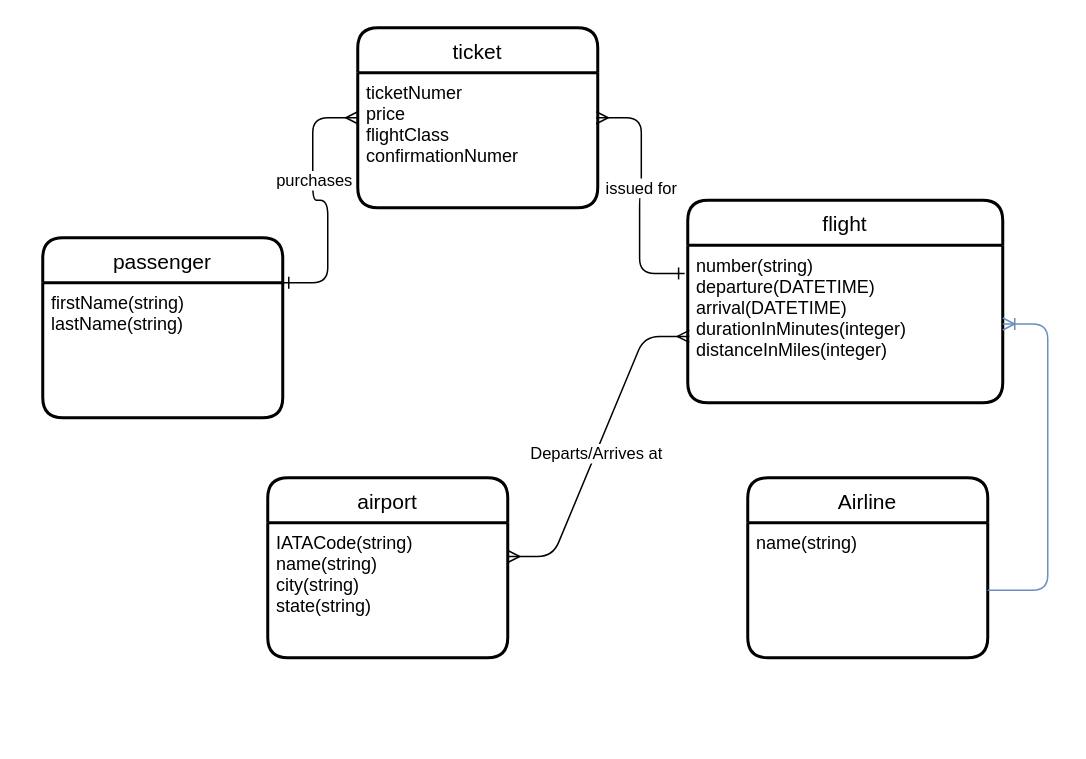
Above: flight_booking.drawio in bituritesh/DB-modelling (draw.io), before the change. Source tidied: cells renumbered, new cells numbered last; positions are measured from the earlier drawing's top-left corner, leaving out a move shared by most shapes. Both pictures are drawn from the tidied source at 150%, with x=0, y=0 at pixel (42, 27).
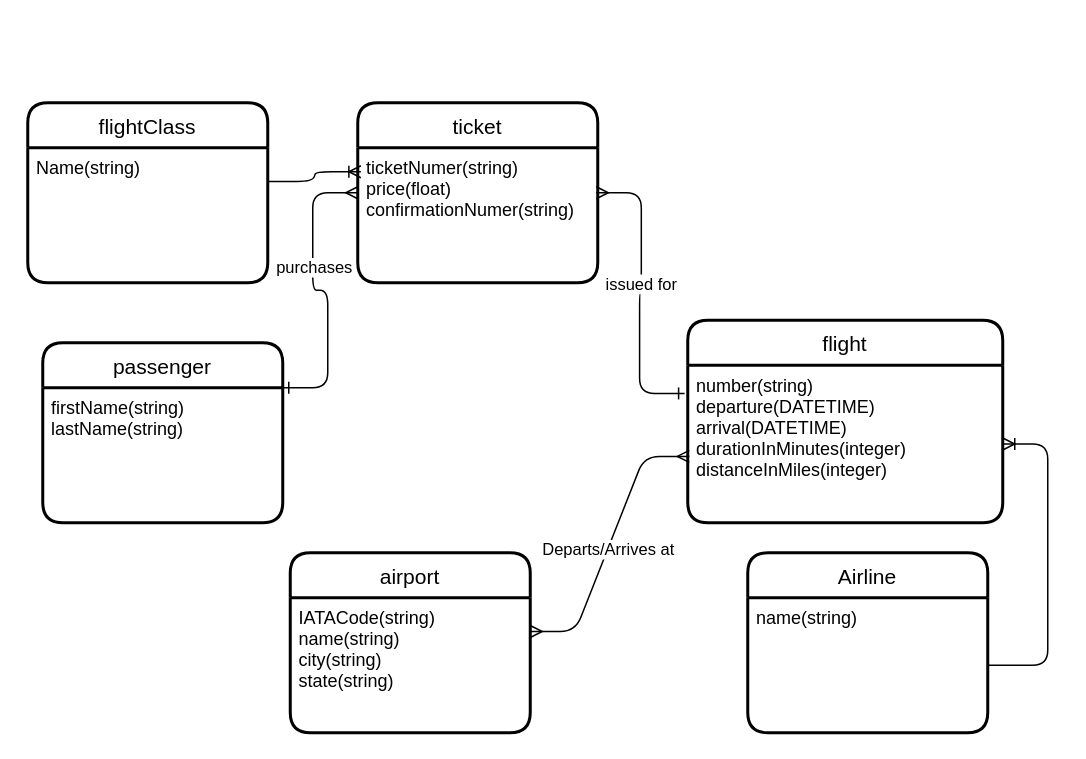
Above is the later version.

Unchanged cells that the change refers to:
```xml
<mxCell id="5" value="number(string)&#10;departure(DATETIME)&#10;arrival(DATETIME)&#10;durationInMinutes(integer)&#10;distanceInMiles(integer)&#10;" style="align=left;strokeColor=none;fillColor=none;spacingLeft=4;fontSize=12;verticalAlign=top;" parent="4" vertex="1">
  <mxGeometry y="30" width="210" height="105" as="geometry" />
</mxCell>
<mxCell id="17" value="name(string)" style="align=left;strokeColor=none;fillColor=none;spacingLeft=4;fontSize=12;verticalAlign=top;" parent="16" vertex="1">
  <mxGeometry y="30" width="160" height="90" as="geometry" />
</mxCell>
```

Change to the diagram source:
```diff
@@
     <mxCell id="2" value="passenger" style="swimlane;horizontal=1;startSize=30;rounded=1;fontSize=14;fontStyle=0;strokeWidth=2;shadow=0;dashed=0;align=center;" parent="1" vertex="1">
-      <mxGeometry y="140" width="160" height="120" as="geometry" />
+      <mxGeometry y="210" width="160" height="120" as="geometry" />
     </mxCell>
@@
     <mxCell id="4" value="flight" style="swimlane;horizontal=1;startSize=30;rounded=1;fontSize=14;fontStyle=0;strokeWidth=2;shadow=0;dashed=0;align=center;" parent="1" vertex="1">
-      <mxGeometry x="430" y="115" width="210" height="135" as="geometry" />
+      <mxGeometry x="430" y="195" width="210" height="135" as="geometry" />
     </mxCell>
@@
     <mxCell id="6" value="airport" style="swimlane;horizontal=1;startSize=30;rounded=1;fontSize=14;fontStyle=0;strokeWidth=2;shadow=0;dashed=0;align=center;" parent="1" vertex="1">
-      <mxGeometry x="150" y="300" width="160" height="120" as="geometry" />
+      <mxGeometry x="165" y="350" width="160" height="120" as="geometry" />
     </mxCell>
@@
     <mxCell id="10" value="ticket" style="swimlane;horizontal=1;startSize=30;rounded=1;fontSize=14;fontStyle=0;strokeWidth=2;shadow=0;dashed=0;align=center;" parent="1" vertex="1">
-      <mxGeometry x="210" width="160" height="120" as="geometry" />
+      <mxGeometry x="210" y="50" width="160" height="120" as="geometry" />
     </mxCell>
-    <mxCell id="11" value="ticketNumer&#10;price&#10;flightClass&#10;confirmationNumer&#10;" style="align=left;strokeColor=none;fillColor=none;spacingLeft=4;fontSize=12;verticalAlign=top;" parent="10" vertex="1">
+    <mxCell id="11" value="ticketNumer(string)&#10;price(float)&#10;confirmationNumer(string)&#10;" style="align=left;strokeColor=none;fillColor=none;spacingLeft=4;fontSize=12;verticalAlign=top;" parent="10" vertex="1">
       <mxGeometry y="30" width="160" height="90" as="geometry" />
     </mxCell>
@@
     <mxCell id="16" value="Airline" style="swimlane;horizontal=1;startSize=30;rounded=1;fontSize=14;fontStyle=0;strokeWidth=2;shadow=0;dashed=0;align=center;" parent="1" vertex="1">
-      <mxGeometry x="470" y="300" width="160" height="120" as="geometry" />
+      <mxGeometry x="470" y="350" width="160" height="120" as="geometry" />
     </mxCell>
@@
-    <mxCell id="18" style="edgeStyle=entityRelationEdgeStyle;fontSize=12;html=1;endArrow=ERoneToMany;targetPerimeterSpacing=0;exitX=1;exitY=0.5;exitDx=0;exitDy=0;fillColor=#dae8fc;strokeColor=#6c8ebf;" parent="1" edge="1" source="17" target="5">
+    <mxCell id="18" style="edgeStyle=entityRelationEdgeStyle;fontSize=12;html=1;endArrow=ERoneToMany;targetPerimeterSpacing=0;exitX=1;exitY=0.5;exitDx=0;exitDy=0;" parent="1" edge="1" source="17" target="5">
       <mxGeometry relative="1" as="geometry" />
     </mxCell>
+    <mxCell id="19" value="flightClass" style="swimlane;horizontal=1;startSize=30;rounded=1;fontSize=14;fontStyle=0;strokeWidth=2;shadow=0;dashed=0;align=center;" parent="1" vertex="1">
+      <mxGeometry x="-10" y="50" width="160" height="120" as="geometry" />
+    </mxCell>
+    <mxCell id="20" value="Name(string)" style="align=left;strokeColor=none;fillColor=none;spacingLeft=4;fontSize=12;verticalAlign=top;" parent="19" vertex="1">
+      <mxGeometry y="30" width="160" height="90" as="geometry" />
+    </mxCell>
+    <mxCell id="21" style="edgeStyle=entityRelationEdgeStyle;fontSize=12;html=1;endArrow=ERoneToMany;targetPerimeterSpacing=0;exitX=1;exitY=0.25;exitDx=0;exitDy=0;entryX=0.013;entryY=0.178;entryDx=0;entryDy=0;entryPerimeter=0;" parent="1" edge="1" source="20" target="11">
+      <mxGeometry relative="1" as="geometry" />
+    </mxCell>
```
